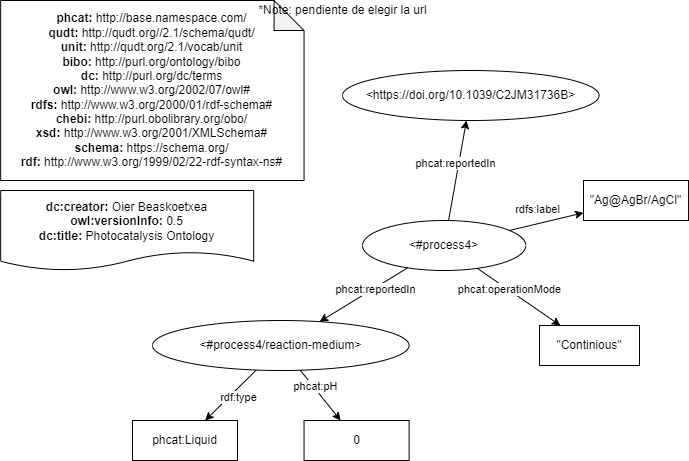
Earlier version of the draw.io export diagrams/examples/diagram-ejemplo-process.png (SolarChem/solarchem-ontology). Source tidied: cells renumbered, new cells last; positions are measured from the earlier drawing's top-left corner, leaving out a move shared by most shapes. The source it was exported from:
```xml
<mxGraphModel>
  <root>
    <mxCell id="0" />
    <mxCell id="1" parent="0" />
    <mxCell id="2" value="&lt;div&gt;&lt;b&gt;dc:creator:&lt;/b&gt;&amp;nbsp;Oier Beaskoetxea&lt;/div&gt;&lt;div&gt;&lt;b&gt;owl:versionInfo:&lt;/b&gt; 0.5&lt;/div&gt;&lt;div&gt;&lt;b&gt;dc:title:&lt;/b&gt;&amp;nbsp;Photocatalysis Ontology&lt;/div&gt;" style="shape=document;whiteSpace=wrap;html=1;boundedLbl=1;labelBackgroundColor=#ffffff;strokeColor=#000000;fontSize=12;fontColor=#000000;size=0.23333333333333334;" parent="1" vertex="1">
      <mxGeometry x="0.2" y="190" width="253" height="80" as="geometry" />
    </mxCell>
    <mxCell id="3" value="&lt;div&gt;&lt;b&gt;phcat:&lt;/b&gt;&amp;nbsp;http://base.namespace.com/&lt;/div&gt;&lt;b&gt;qudt:&lt;/b&gt;&amp;nbsp;http://qudt.org//2.1/schema/qudt/&lt;div&gt;&lt;b&gt;unit:&amp;nbsp;&lt;/b&gt;http://qudt.org/2.1/vocab/unit&lt;br&gt;&lt;/div&gt;&lt;div&gt;&lt;b&gt;bibo:&amp;nbsp;&lt;/b&gt;http://purl.org/ontology/bibo&lt;/div&gt;&lt;b&gt;dc:&amp;nbsp;&lt;/b&gt;http://purl.org/dc/terms&lt;br&gt;&lt;b&gt;owl:&amp;nbsp;&lt;/b&gt;http://www.w3.org/2002/07/owl#&lt;br&gt;&lt;b&gt;rdfs:&amp;nbsp;&lt;/b&gt;http://www.w3.org/2000/01/rdf-schema#&lt;br&gt;&lt;div&gt;&lt;b&gt;chebi:&amp;nbsp;&lt;/b&gt;http://purl.obolibrary.org/obo/&lt;/div&gt;&lt;div&gt;&lt;b&gt;xsd:&amp;nbsp;&lt;/b&gt;http://www.w3.org/2001/XMLSchema#&lt;br&gt;&lt;/div&gt;&lt;div&gt;&lt;b&gt;schema:&lt;/b&gt;&amp;nbsp;https://schema.org/&lt;br&gt;&lt;/div&gt;&lt;div&gt;&lt;b&gt;rdf:&amp;nbsp;&lt;/b&gt;http://www.w3.org/1999/02/22-rdf-syntax-ns#&lt;/div&gt;" style="shape=note;whiteSpace=wrap;html=1;backgroundOutline=1;darkOpacity=0.05;align=center;" parent="1" vertex="1">
      <mxGeometry x="0.2" width="303.4" height="180" as="geometry" />
    </mxCell>
    <mxCell id="4" value="*Note: pendiente de elegir la url" style="text;html=1;align=center;verticalAlign=middle;strokeColor=none;fillColor=none;" parent="1" vertex="1">
      <mxGeometry x="252" width="180" height="20" as="geometry" />
    </mxCell>
    <mxCell id="5" value="&amp;lt;https://doi.org/10.1039/C2JM31736B&amp;gt;" style="ellipse;whiteSpace=wrap;html=1;fillColor=default;" parent="1" vertex="1">
      <mxGeometry x="342" y="70" width="256.6" height="50" as="geometry" />
    </mxCell>
    <mxCell id="6" value="&amp;lt;#process4&amp;gt;" style="ellipse;whiteSpace=wrap;html=1;fillColor=default;" parent="1" vertex="1">
      <mxGeometry x="362" y="220" width="163.3" height="50" as="geometry" />
    </mxCell>
    <mxCell id="7" style="edgeStyle=none;html=1;" parent="1" edge="1" source="6" target="5">
      <mxGeometry relative="1" as="geometry" />
    </mxCell>
    <mxCell id="8" value="phcat:reportedIn" style="edgeLabel;html=1;align=center;verticalAlign=middle;" parent="7" vertex="1">
      <mxGeometry x="-0.25" y="1" relative="1" as="geometry">
        <mxPoint x="1" y="-20" as="offset" />
      </mxGeometry>
    </mxCell>
    <mxCell id="9" value="&quot;Continious&quot;" style="rounded=0;whiteSpace=wrap;html=1;fillColor=default;" parent="1" vertex="1">
      <mxGeometry x="539" y="325" width="100" height="40" as="geometry" />
    </mxCell>
    <mxCell id="10" style="edgeStyle=none;html=1;" parent="1" edge="1" source="6" target="9">
      <mxGeometry relative="1" as="geometry" />
    </mxCell>
    <mxCell id="11" value="phcat:operationMode" style="edgeLabel;html=1;align=center;verticalAlign=middle;" parent="10" vertex="1">
      <mxGeometry x="-0.25" y="1" relative="1" as="geometry" />
    </mxCell>
    <mxCell id="12" value="&quot;Ag@AgBr/AgCl&quot;" style="rounded=0;whiteSpace=wrap;html=1;fillColor=default;" parent="1" vertex="1">
      <mxGeometry x="583" y="180" width="105" height="40" as="geometry" />
    </mxCell>
    <mxCell id="13" style="edgeStyle=none;html=1;" parent="1" edge="1" source="6" target="12">
      <mxGeometry relative="1" as="geometry" />
    </mxCell>
    <mxCell id="14" value="rdfs:label" style="edgeLabel;html=1;align=center;verticalAlign=middle;" parent="13" vertex="1">
      <mxGeometry x="-0.25" y="1" relative="1" as="geometry">
        <mxPoint y="-14" as="offset" />
      </mxGeometry>
    </mxCell>
    <mxCell id="15" value="&amp;lt;#process4/reaction-medium&amp;gt;" style="ellipse;whiteSpace=wrap;html=1;fillColor=default;" parent="1" vertex="1">
      <mxGeometry x="152" y="320" width="256.6" height="50" as="geometry" />
    </mxCell>
    <mxCell id="16" style="edgeStyle=none;html=1;" parent="1" edge="1" source="6" target="15">
      <mxGeometry relative="1" as="geometry" />
    </mxCell>
    <mxCell id="17" value="phcat:reportedIn" style="edgeLabel;html=1;align=center;verticalAlign=middle;" parent="16" vertex="1">
      <mxGeometry x="-0.25" y="1" relative="1" as="geometry" />
    </mxCell>
    <mxCell id="18" value="phcat:Liquid" style="rounded=0;whiteSpace=wrap;html=1;fillColor=default;" parent="1" vertex="1">
      <mxGeometry x="132" y="420" width="105" height="40" as="geometry" />
    </mxCell>
    <mxCell id="19" style="edgeStyle=none;html=1;" parent="1" edge="1" source="15" target="18">
      <mxGeometry relative="1" as="geometry" />
    </mxCell>
    <mxCell id="20" value="rdf:type" style="edgeLabel;html=1;align=center;verticalAlign=middle;" parent="19" vertex="1">
      <mxGeometry x="-0.25" y="1" relative="1" as="geometry">
        <mxPoint y="7" as="offset" />
      </mxGeometry>
    </mxCell>
    <mxCell id="21" value="0" style="rounded=0;whiteSpace=wrap;html=1;fillColor=default;" parent="1" vertex="1">
      <mxGeometry x="303.6" y="420" width="105" height="40" as="geometry" />
    </mxCell>
    <mxCell id="22" style="edgeStyle=none;html=1;" parent="1" edge="1" source="15" target="21">
      <mxGeometry relative="1" as="geometry" />
    </mxCell>
    <mxCell id="23" value="phcat:pH" style="edgeLabel;html=1;align=center;verticalAlign=middle;" parent="22" vertex="1">
      <mxGeometry x="-0.25" y="1" relative="1" as="geometry">
        <mxPoint x="-1" y="-2" as="offset" />
      </mxGeometry>
    </mxCell>
  </root>
</mxGraphModel>
```
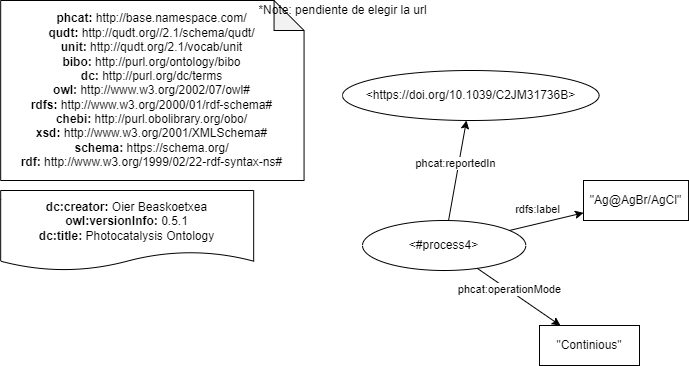
After the change.

The edit, as a diff of the source:
```diff
@@ -2,7 +2,7 @@
   <root>
     <mxCell id="0" />
     <mxCell id="1" parent="0" />
-    <mxCell id="2" value="&lt;div&gt;&lt;b&gt;dc:creator:&lt;/b&gt;&amp;nbsp;Oier Beaskoetxea&lt;/div&gt;&lt;div&gt;&lt;b&gt;owl:versionInfo:&lt;/b&gt; 0.5&lt;/div&gt;&lt;div&gt;&lt;b&gt;dc:title:&lt;/b&gt;&amp;nbsp;Photocatalysis Ontology&lt;/div&gt;" style="shape=document;whiteSpace=wrap;html=1;boundedLbl=1;labelBackgroundColor=#ffffff;strokeColor=#000000;fontSize=12;fontColor=#000000;size=0.23333333333333334;" parent="1" vertex="1">
+    <mxCell id="2" value="&lt;div&gt;&lt;b&gt;dc:creator:&lt;/b&gt;&amp;nbsp;Oier Beaskoetxea&lt;/div&gt;&lt;div&gt;&lt;b&gt;owl:versionInfo:&lt;/b&gt; 0.5.1&lt;/div&gt;&lt;div&gt;&lt;b&gt;dc:title:&lt;/b&gt;&amp;nbsp;Photocatalysis Ontology&lt;/div&gt;" style="shape=document;whiteSpace=wrap;html=1;boundedLbl=1;labelBackgroundColor=#ffffff;strokeColor=#000000;fontSize=12;fontColor=#000000;size=0.23333333333333334;" parent="1" vertex="1">
       <mxGeometry x="0.2" y="190" width="253" height="80" as="geometry" />
     </mxCell>
     <mxCell id="3" value="&lt;div&gt;&lt;b&gt;phcat:&lt;/b&gt;&amp;nbsp;http://base.namespace.com/&lt;/div&gt;&lt;b&gt;qudt:&lt;/b&gt;&amp;nbsp;http://qudt.org//2.1/schema/qudt/&lt;div&gt;&lt;b&gt;unit:&amp;nbsp;&lt;/b&gt;http://qudt.org/2.1/vocab/unit&lt;br&gt;&lt;/div&gt;&lt;div&gt;&lt;b&gt;bibo:&amp;nbsp;&lt;/b&gt;http://purl.org/ontology/bibo&lt;/div&gt;&lt;b&gt;dc:&amp;nbsp;&lt;/b&gt;http://purl.org/dc/terms&lt;br&gt;&lt;b&gt;owl:&amp;nbsp;&lt;/b&gt;http://www.w3.org/2002/07/owl#&lt;br&gt;&lt;b&gt;rdfs:&amp;nbsp;&lt;/b&gt;http://www.w3.org/2000/01/rdf-schema#&lt;br&gt;&lt;div&gt;&lt;b&gt;chebi:&amp;nbsp;&lt;/b&gt;http://purl.obolibrary.org/obo/&lt;/div&gt;&lt;div&gt;&lt;b&gt;xsd:&amp;nbsp;&lt;/b&gt;http://www.w3.org/2001/XMLSchema#&lt;br&gt;&lt;/div&gt;&lt;div&gt;&lt;b&gt;schema:&lt;/b&gt;&amp;nbsp;https://schema.org/&lt;br&gt;&lt;/div&gt;&lt;div&gt;&lt;b&gt;rdf:&amp;nbsp;&lt;/b&gt;http://www.w3.org/1999/02/22-rdf-syntax-ns#&lt;/div&gt;" style="shape=note;whiteSpace=wrap;html=1;backgroundOutline=1;darkOpacity=0.05;align=center;" parent="1" vertex="1">
@@ -45,36 +45,5 @@
         <mxPoint y="-14" as="offset" />
       </mxGeometry>
     </mxCell>
-    <mxCell id="15" value="&amp;lt;#process4/reaction-medium&amp;gt;" style="ellipse;whiteSpace=wrap;html=1;fillColor=default;" parent="1" vertex="1">
-      <mxGeometry x="152" y="320" width="256.6" height="50" as="geometry" />
-    </mxCell>
-    <mxCell id="16" style="edgeStyle=none;html=1;" parent="1" edge="1" source="6" target="15">
-      <mxGeometry relative="1" as="geometry" />
-    </mxCell>
-    <mxCell id="17" value="phcat:reportedIn" style="edgeLabel;html=1;align=center;verticalAlign=middle;" parent="16" vertex="1">
-      <mxGeometry x="-0.25" y="1" relative="1" as="geometry" />
-    </mxCell>
-    <mxCell id="18" value="phcat:Liquid" style="rounded=0;whiteSpace=wrap;html=1;fillColor=default;" parent="1" vertex="1">
-      <mxGeometry x="132" y="420" width="105" height="40" as="geometry" />
-    </mxCell>
-    <mxCell id="19" style="edgeStyle=none;html=1;" parent="1" edge="1" source="15" target="18">
-      <mxGeometry relative="1" as="geometry" />
-    </mxCell>
-    <mxCell id="20" value="rdf:type" style="edgeLabel;html=1;align=center;verticalAlign=middle;" parent="19" vertex="1">
-      <mxGeometry x="-0.25" y="1" relative="1" as="geometry">
-        <mxPoint y="7" as="offset" />
-      </mxGeometry>
-    </mxCell>
-    <mxCell id="21" value="0" style="rounded=0;whiteSpace=wrap;html=1;fillColor=default;" parent="1" vertex="1">
-      <mxGeometry x="303.6" y="420" width="105" height="40" as="geometry" />
-    </mxCell>
-    <mxCell id="22" style="edgeStyle=none;html=1;" parent="1" edge="1" source="15" target="21">
-      <mxGeometry relative="1" as="geometry" />
-    </mxCell>
-    <mxCell id="23" value="phcat:pH" style="edgeLabel;html=1;align=center;verticalAlign=middle;" parent="22" vertex="1">
-      <mxGeometry x="-0.25" y="1" relative="1" as="geometry">
-        <mxPoint x="-1" y="-2" as="offset" />
-      </mxGeometry>
-    </mxCell>
   </root>
 </mxGraphModel>
```
